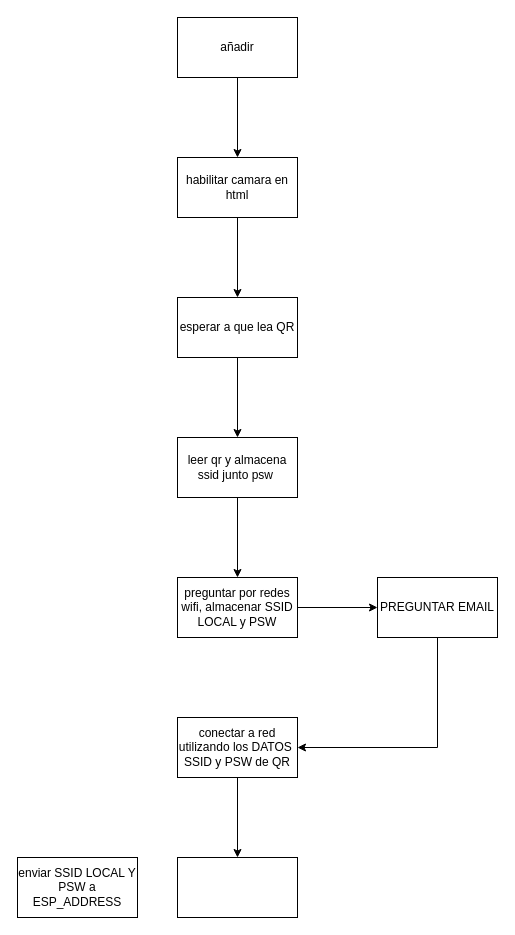
Before: design_files/Untitled Diagram3.drawio in marsex/workbench, a draw.io diagram. Source tidied: cells renumbered, new cells numbered last; positions are measured from the earlier drawing's top-left corner, leaving out a move shared by most shapes. Both pictures are drawn from the tidied source at 100%, with x=0, y=0 at pixel (17, 17).
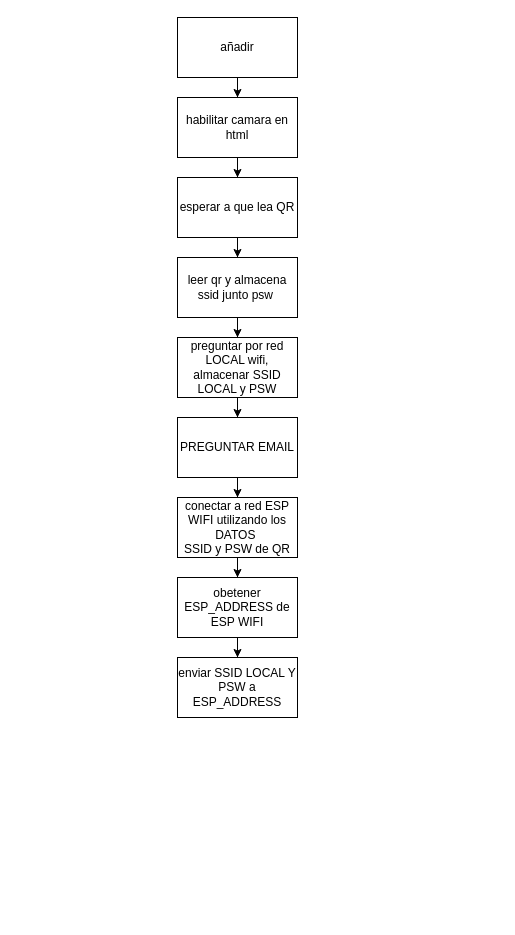
The same page after the edit.

The edit, as a diff of the source:
```diff
@@
 <mxGraphModel>
   <root>
     <mxCell id="0" />
     <mxCell id="1" parent="0" />
     <mxCell id="2" style="edgeStyle=orthogonalEdgeStyle;rounded=0;jettySize=auto;html=1;" parent="1" edge="1" source="3" target="5">
       <mxGeometry relative="1" as="geometry" />
     </mxCell>
     <mxCell id="3" value="añadir" style="rounded=0;whiteSpace=wrap;html=1;" parent="1" vertex="1">
       <mxGeometry x="160" width="120" height="60" as="geometry" />
     </mxCell>
     <mxCell id="4" style="edgeStyle=orthogonalEdgeStyle;rounded=0;jettySize=auto;html=1;" parent="1" edge="1" source="5" target="7">
       <mxGeometry relative="1" as="geometry" />
     </mxCell>
     <mxCell id="5" value="habilitar camara en html" style="rounded=0;whiteSpace=wrap;html=1;" parent="1" vertex="1">
-      <mxGeometry x="160" y="140" width="120" height="60" as="geometry" />
+      <mxGeometry x="160" y="80" width="120" height="60" as="geometry" />
     </mxCell>
     <mxCell id="6" style="edgeStyle=orthogonalEdgeStyle;rounded=0;jettySize=auto;html=1;" parent="1" edge="1" source="7" target="9">
       <mxGeometry relative="1" as="geometry" />
     </mxCell>
     <mxCell id="7" value="esperar a que lea QR" style="whiteSpace=wrap;html=1;rounded=0;" parent="1" vertex="1">
-      <mxGeometry x="160" y="280" width="120" height="60" as="geometry" />
+      <mxGeometry x="160" y="160" width="120" height="60" as="geometry" />
     </mxCell>
     <mxCell id="8" style="edgeStyle=orthogonalEdgeStyle;rounded=0;jettySize=auto;html=1;" parent="1" edge="1" source="9" target="11">
       <mxGeometry relative="1" as="geometry" />
     </mxCell>
     <mxCell id="9" value="leer qr y almacena ssid junto psw&amp;nbsp;" style="whiteSpace=wrap;html=1;rounded=0;" parent="1" vertex="1">
-      <mxGeometry x="160" y="420" width="120" height="60" as="geometry" />
+      <mxGeometry x="160" y="240" width="120" height="60" as="geometry" />
     </mxCell>
     <mxCell id="10" style="edgeStyle=orthogonalEdgeStyle;rounded=0;jettySize=auto;html=1;" parent="1" edge="1" source="11" target="16">
       <mxGeometry relative="1" as="geometry" />
     </mxCell>
-    <mxCell id="11" value="preguntar por redes wifi, almacenar SSID LOCAL y PSW" style="whiteSpace=wrap;html=1;rounded=0;" parent="1" vertex="1">
-      <mxGeometry x="160" y="560" width="120" height="60" as="geometry" />
+    <mxCell id="11" value="preguntar por red LOCAL wifi, almacenar SSID LOCAL y PSW" style="whiteSpace=wrap;html=1;rounded=0;" parent="1" vertex="1">
+      <mxGeometry x="160" y="320" width="120" height="60" as="geometry" />
     </mxCell>
     <mxCell id="12" style="edgeStyle=orthogonalEdgeStyle;rounded=0;jettySize=auto;html=1;" parent="1" edge="1" source="13" target="14">
       <mxGeometry relative="1" as="geometry" />
     </mxCell>
-    <mxCell id="13" value="conectar a red utilizando los DATOS&amp;nbsp;&lt;br&gt;SSID y PSW de QR" style="whiteSpace=wrap;html=1;rounded=0;" parent="1" vertex="1">
-      <mxGeometry x="160" y="700" width="120" height="60" as="geometry" />
+    <mxCell id="13" value="conectar a red ESP WIFI utilizando los DATOS&amp;nbsp;&lt;br&gt;SSID y PSW de QR" style="whiteSpace=wrap;html=1;rounded=0;" parent="1" vertex="1">
+      <mxGeometry x="160" y="480" width="120" height="60" as="geometry" />
     </mxCell>
+    <mxCell id="18" style="edgeStyle=orthogonalEdgeStyle;rounded=0;jettySize=auto;html=1;" parent="1" edge="1" source="14" target="17">
+      <mxGeometry relative="1" as="geometry" />
+    </mxCell>
-    <mxCell id="14" style="whiteSpace=wrap;html=1;rounded=0;" parent="1" vertex="1">
-      <mxGeometry x="160" y="840" width="120" height="60" as="geometry" />
+    <mxCell id="14" value="&lt;span&gt;obetener ESP_ADDRESS de ESP WIFI&lt;/span&gt;" style="whiteSpace=wrap;html=1;rounded=0;" parent="1" vertex="1">
+      <mxGeometry x="160" y="560" width="120" height="60" as="geometry" />
     </mxCell>
-    <mxCell id="15" style="edgeStyle=orthogonalEdgeStyle;rounded=0;jettySize=auto;html=1;entryX=1;entryY=0.5;entryDx=0;entryDy=0;" parent="1" edge="1" source="16" target="13">
-      <mxGeometry relative="1" as="geometry">
-        <Array as="points">
-          <mxPoint x="420" y="730" />
-        </Array>
-      </mxGeometry>
+    <mxCell id="15" style="edgeStyle=orthogonalEdgeStyle;rounded=0;jettySize=auto;html=1;entryX=0.5;entryY=0;entryDx=0;entryDy=0;" parent="1" edge="1" source="16" target="13">
+      <mxGeometry relative="1" as="geometry" />
     </mxCell>
     <mxCell id="16" value="PREGUNTAR EMAIL" style="whiteSpace=wrap;html=1;rounded=0;" parent="1" vertex="1">
-      <mxGeometry x="360" y="560" width="120" height="60" as="geometry" />
+      <mxGeometry x="160" y="400" width="120" height="60" as="geometry" />
     </mxCell>
     <mxCell id="17" value="enviar SSID LOCAL Y PSW a ESP_ADDRESS" style="whiteSpace=wrap;html=1;rounded=0;" parent="1" vertex="1">
-      <mxGeometry y="840" width="120" height="60" as="geometry" />
+      <mxGeometry x="160" y="640" width="120" height="60" as="geometry" />
     </mxCell>
   </root>
 </mxGraphModel>
```
